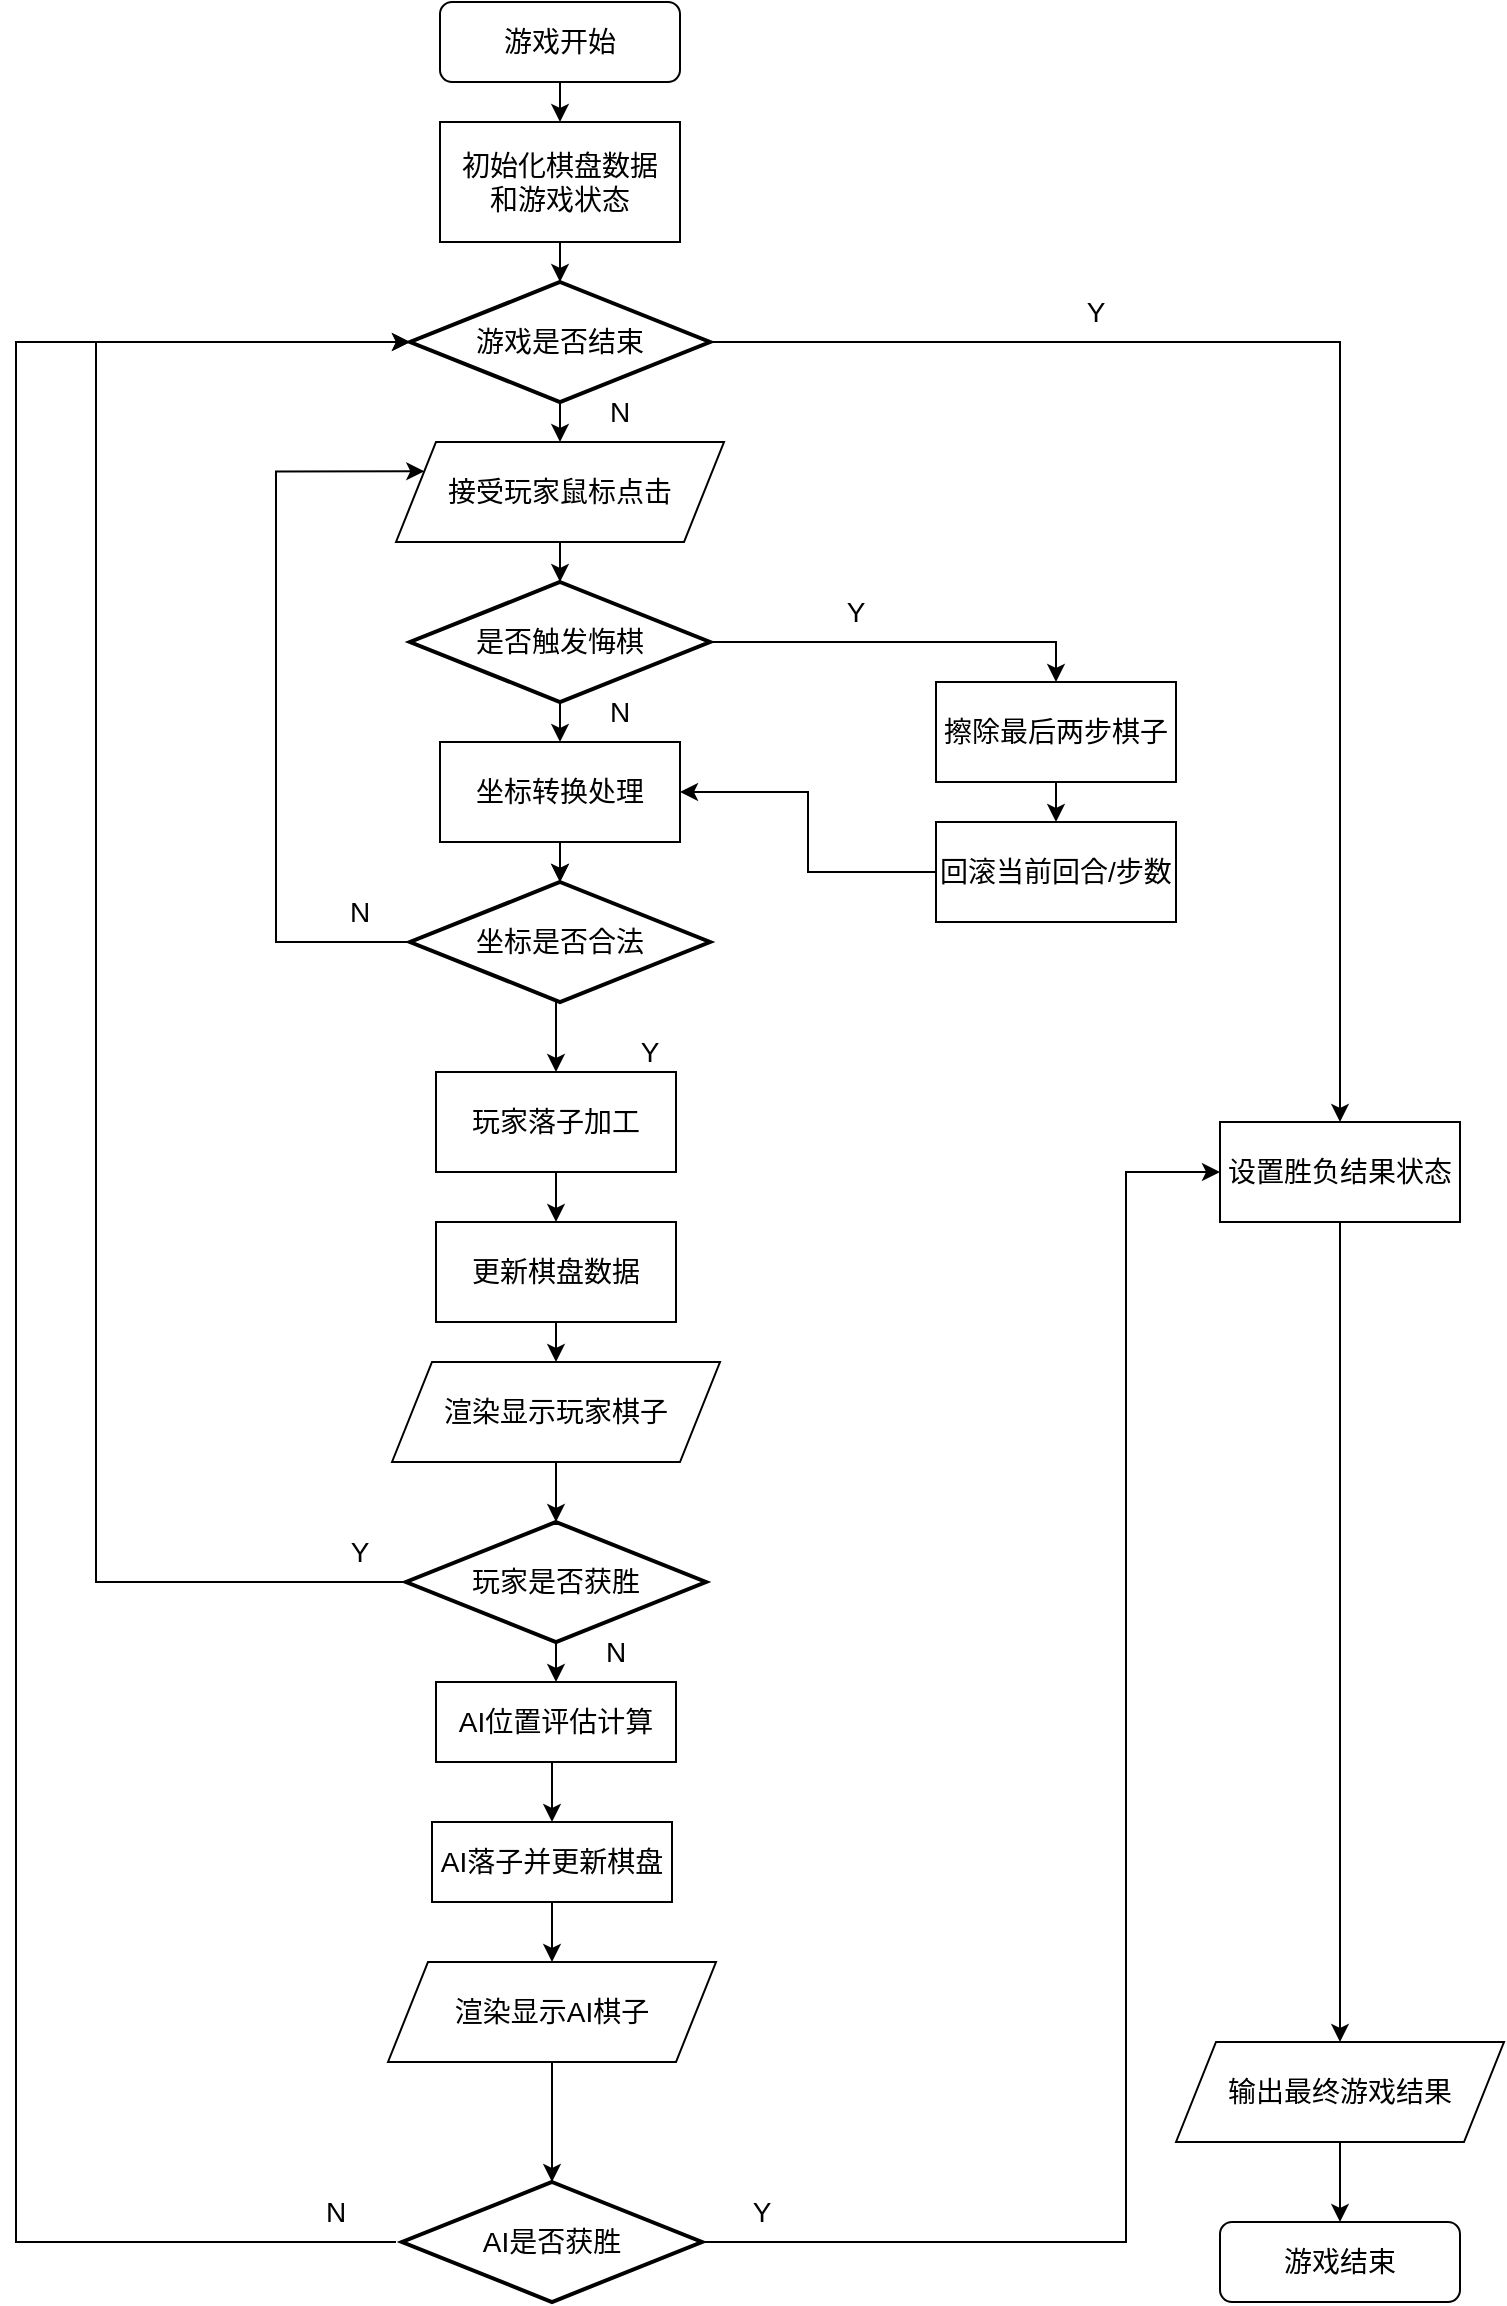
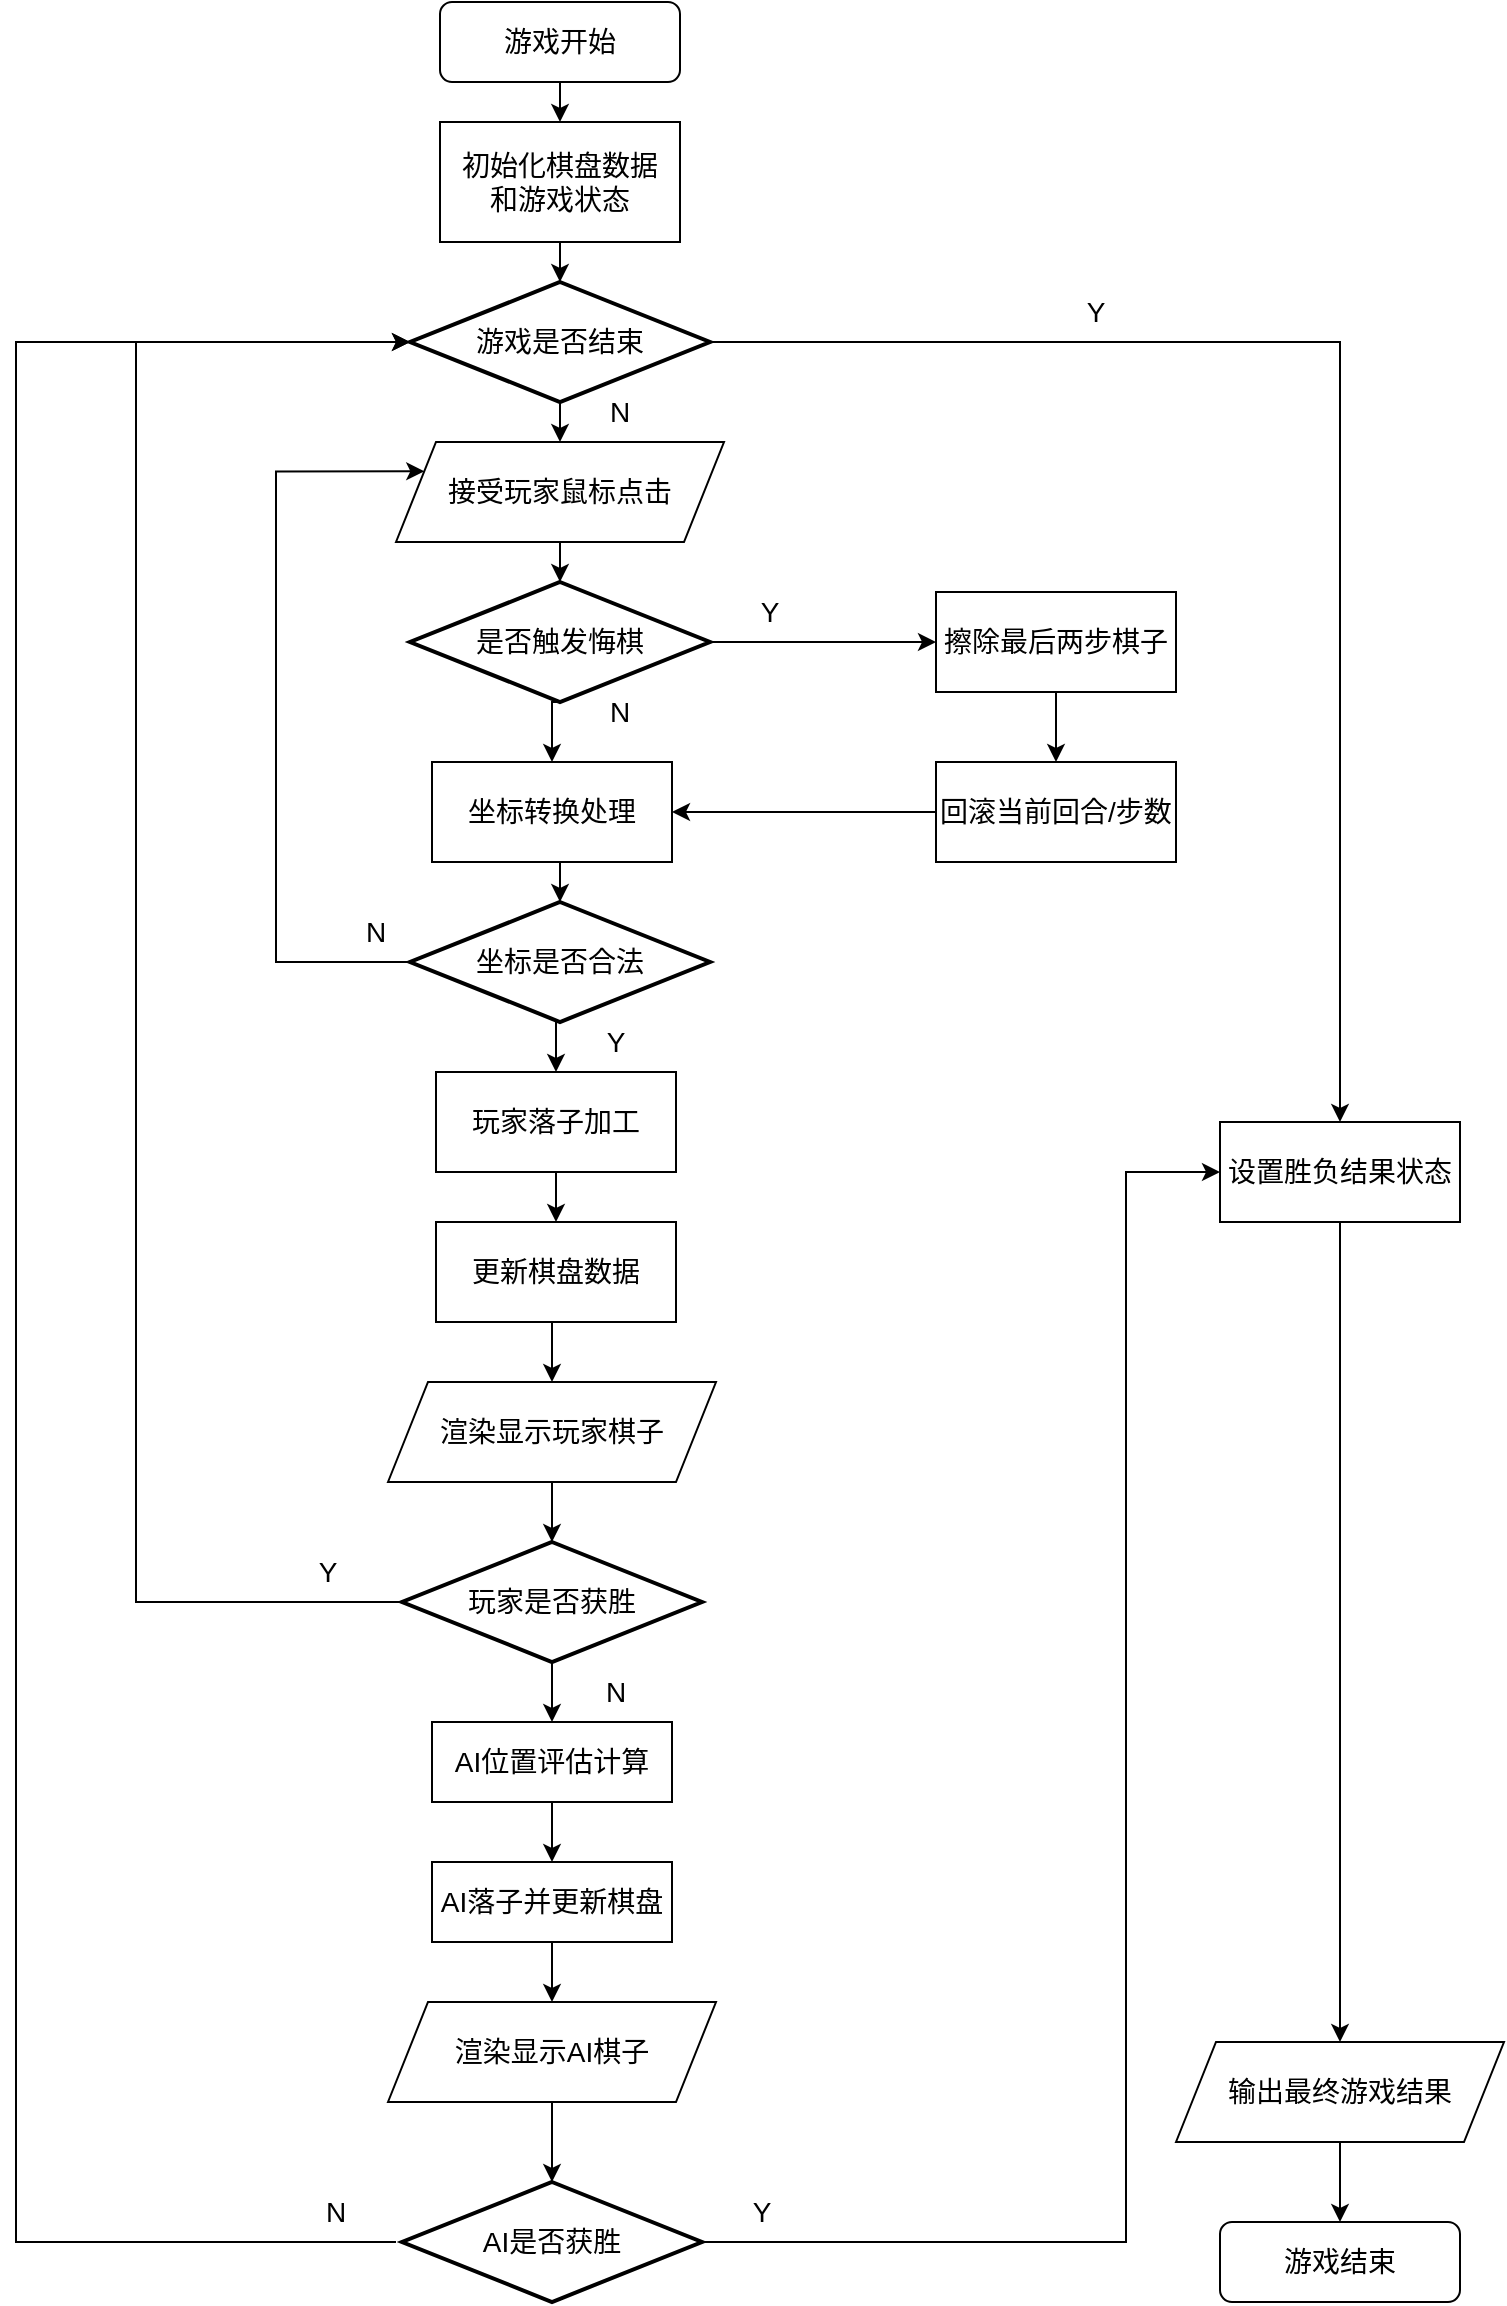
<mxfile host="app.diagrams.net">
  <diagram name="Page-1" id="Ut53iUmTTLsHKbGdxMO9">
    <mxGraphModel dx="2054" dy="1198" grid="1" gridSize="10" guides="1" tooltips="1" connect="1" arrows="1" fold="1" page="1" pageScale="1" pageWidth="827" pageHeight="1169" math="0" shadow="0">
      <root>
        <mxCell id="0" />
        <mxCell id="1" parent="0" />
        <mxCell id="LBzLqDpE-ghOYlSVNWWL-11" edge="1" parent="1" source="LBzLqDpE-ghOYlSVNWWL-4" style="edgeStyle=orthogonalEdgeStyle;rounded=0;orthogonalLoop=1;jettySize=auto;html=1;exitX=0.5;exitY=1;exitDx=0;exitDy=0;exitPerimeter=0;entryX=0.5;entryY=0;entryDx=0;entryDy=0;" target="LBzLqDpE-ghOYlSVNWWL-9">
          <mxGeometry relative="1" as="geometry" />
        </mxCell>
        <mxCell id="LBzLqDpE-ghOYlSVNWWL-51" edge="1" parent="1" source="LBzLqDpE-ghOYlSVNWWL-4" style="edgeStyle=orthogonalEdgeStyle;rounded=0;orthogonalLoop=1;jettySize=auto;html=1;exitX=1;exitY=0.5;exitDx=0;exitDy=0;exitPerimeter=0;entryX=0.5;entryY=0;entryDx=0;entryDy=0;" target="LBzLqDpE-ghOYlSVNWWL-45">
          <mxGeometry relative="1" as="geometry" />
        </mxCell>
        <mxCell id="LBzLqDpE-ghOYlSVNWWL-4" parent="1" style="strokeWidth=2;html=1;shape=mxgraph.flowchart.decision;whiteSpace=wrap;" value="&lt;font style=&quot;font-size: 14px;&quot;&gt;游戏是否结束&lt;/font&gt;" vertex="1">
          <mxGeometry height="60" width="150" x="247" y="150" as="geometry" />
        </mxCell>
        <mxCell id="LBzLqDpE-ghOYlSVNWWL-5" edge="1" parent="1" source="LBzLqDpE-ghOYlSVNWWL-6" style="edgeStyle=orthogonalEdgeStyle;rounded=0;orthogonalLoop=1;jettySize=auto;html=1;exitX=0.5;exitY=1;exitDx=0;exitDy=0;entryX=0.5;entryY=0;entryDx=0;entryDy=0;entryPerimeter=0;" target="LBzLqDpE-ghOYlSVNWWL-4">
          <mxGeometry relative="1" as="geometry">
            <mxPoint x="442" y="200" as="sourcePoint" />
          </mxGeometry>
        </mxCell>
        <mxCell id="LBzLqDpE-ghOYlSVNWWL-6" parent="1" style="rounded=0;whiteSpace=wrap;html=1;" value="&lt;font style=&quot;font-size: 14px;&quot;&gt;初始化棋盘数据&lt;/font&gt;&lt;div&gt;&lt;span style=&quot;font-size: 14px; background-color: transparent; color: light-dark(rgb(0, 0, 0), rgb(255, 255, 255));&quot;&gt;和游戏状态&lt;/span&gt;&lt;/div&gt;" vertex="1">
          <mxGeometry height="60" width="120" x="262" y="70" as="geometry" />
        </mxCell>
        <mxCell id="LBzLqDpE-ghOYlSVNWWL-8" edge="1" parent="1" source="LBzLqDpE-ghOYlSVNWWL-7" style="edgeStyle=orthogonalEdgeStyle;rounded=0;orthogonalLoop=1;jettySize=auto;html=1;exitX=0.5;exitY=1;exitDx=0;exitDy=0;entryX=0.5;entryY=0;entryDx=0;entryDy=0;" target="LBzLqDpE-ghOYlSVNWWL-6">
          <mxGeometry relative="1" as="geometry" />
        </mxCell>
        <mxCell id="LBzLqDpE-ghOYlSVNWWL-7" parent="1" style="rounded=1;whiteSpace=wrap;html=1;" value="&lt;font style=&quot;font-size: 14px;&quot;&gt;游戏开始&lt;/font&gt;" vertex="1">
          <mxGeometry height="40" width="120" x="262" y="10" as="geometry" />
        </mxCell>
        <mxCell id="LBzLqDpE-ghOYlSVNWWL-9" parent="1" style="shape=parallelogram;perimeter=parallelogramPerimeter;whiteSpace=wrap;html=1;fixedSize=1;" value="&lt;font style=&quot;font-size: 14px;&quot;&gt;接受玩家鼠标点击&lt;/font&gt;" vertex="1">
          <mxGeometry height="50" width="164" x="240" y="230" as="geometry" />
        </mxCell>
        <mxCell id="LBzLqDpE-ghOYlSVNWWL-12" parent="1" style="text;html=1;whiteSpace=wrap;strokeColor=none;fillColor=none;align=center;verticalAlign=middle;rounded=0;" value="&lt;font style=&quot;font-size: 14px;&quot;&gt;N&lt;/font&gt;" vertex="1">
          <mxGeometry height="30" width="60" x="322" y="200" as="geometry" />
        </mxCell>
        <mxCell id="LBzLqDpE-ghOYlSVNWWL-16" edge="1" parent="1" source="LBzLqDpE-ghOYlSVNWWL-13" style="edgeStyle=orthogonalEdgeStyle;rounded=0;orthogonalLoop=1;jettySize=auto;html=1;exitX=0.5;exitY=1;exitDx=0;exitDy=0;exitPerimeter=0;entryX=0.5;entryY=0;entryDx=0;entryDy=0;" target="LBzLqDpE-ghOYlSVNWWL-15">
          <mxGeometry relative="1" as="geometry" />
        </mxCell>
-         <mxCell id="LBzLqDpE-ghOYlSVNWWL-47" edge="1" parent="1" source="LBzLqDpE-ghOYlSVNWWL-13" style="edgeStyle=orthogonalEdgeStyle;rounded=0;orthogonalLoop=1;jettySize=auto;html=1;exitX=1;exitY=0.5;exitDx=0;exitDy=0;exitPerimeter=0;entryX=0.5;entryY=0;entryDx=0;entryDy=0;" target="LBzLqDpE-ghOYlSVNWWL-46">
-           <mxGeometry relative="1" as="geometry" />
-         </mxCell>
        <mxCell id="LBzLqDpE-ghOYlSVNWWL-13" parent="1" style="strokeWidth=2;html=1;shape=mxgraph.flowchart.decision;whiteSpace=wrap;" value="&lt;font style=&quot;font-size: 14px;&quot;&gt;是否触发悔棋&lt;/font&gt;" vertex="1">
          <mxGeometry height="60" width="150" x="247" y="300" as="geometry" />
        </mxCell>
        <mxCell id="LBzLqDpE-ghOYlSVNWWL-14" edge="1" parent="1" source="LBzLqDpE-ghOYlSVNWWL-9" style="edgeStyle=orthogonalEdgeStyle;rounded=0;orthogonalLoop=1;jettySize=auto;html=1;exitX=0.5;exitY=1;exitDx=0;exitDy=0;entryX=0.5;entryY=0;entryDx=0;entryDy=0;entryPerimeter=0;" target="LBzLqDpE-ghOYlSVNWWL-13">
          <mxGeometry relative="1" as="geometry" />
        </mxCell>
-         <mxCell id="LBzLqDpE-ghOYlSVNWWL-28" edge="1" parent="1" source="LBzLqDpE-ghOYlSVNWWL-15" style="edgeStyle=orthogonalEdgeStyle;rounded=0;orthogonalLoop=1;jettySize=auto;html=1;entryX=0.5;entryY=0;entryDx=0;entryDy=0;entryPerimeter=0;" value="">
-           <mxGeometry relative="1" as="geometry">
-             <mxPoint x="322" y="450" as="targetPoint" />
-           </mxGeometry>
-         </mxCell>
        <mxCell id="LBzLqDpE-ghOYlSVNWWL-15" parent="1" style="rounded=0;whiteSpace=wrap;html=1;" value="&lt;font style=&quot;font-size: 14px;&quot;&gt;坐标转换处理&lt;/font&gt;" vertex="1">
-           <mxGeometry height="50" width="120" x="262" y="380" as="geometry" />
+           <mxGeometry height="50" width="120" x="258" y="390" as="geometry" />
        </mxCell>
        <mxCell id="LBzLqDpE-ghOYlSVNWWL-17" parent="1" style="text;html=1;whiteSpace=wrap;strokeColor=none;fillColor=none;align=center;verticalAlign=middle;rounded=0;" value="&lt;font style=&quot;font-size: 14px;&quot;&gt;N&lt;/font&gt;" vertex="1">
          <mxGeometry height="30" width="60" x="322" y="350" as="geometry" />
        </mxCell>
        <mxCell id="LBzLqDpE-ghOYlSVNWWL-22" edge="1" parent="1" source="LBzLqDpE-ghOYlSVNWWL-18" style="rounded=0;orthogonalLoop=1;jettySize=auto;html=1;exitX=0.5;exitY=1;exitDx=0;exitDy=0;exitPerimeter=0;entryX=0.5;entryY=0;entryDx=0;entryDy=0;edgeStyle=orthogonalEdgeStyle;" target="LBzLqDpE-ghOYlSVNWWL-21">
          <mxGeometry relative="1" as="geometry" />
        </mxCell>
        <mxCell id="LBzLqDpE-ghOYlSVNWWL-72" edge="1" parent="1" source="LBzLqDpE-ghOYlSVNWWL-18" style="edgeStyle=orthogonalEdgeStyle;rounded=0;orthogonalLoop=1;jettySize=auto;html=1;exitX=0;exitY=0.5;exitDx=0;exitDy=0;exitPerimeter=0;entryX=0;entryY=0.25;entryDx=0;entryDy=0;" target="LBzLqDpE-ghOYlSVNWWL-9">
          <mxGeometry relative="1" as="geometry">
            <Array as="points">
-               <mxPoint x="180" y="480" />
+               <mxPoint x="180" y="490" />
              <mxPoint x="180" y="245" />
            </Array>
            <mxPoint x="200" y="535" as="targetPoint" />
          </mxGeometry>
        </mxCell>
        <mxCell id="LBzLqDpE-ghOYlSVNWWL-18" parent="1" style="strokeWidth=2;html=1;shape=mxgraph.flowchart.decision;whiteSpace=wrap;" value="&lt;font style=&quot;font-size: 14px;&quot;&gt;坐标是否合法&lt;/font&gt;" vertex="1">
-           <mxGeometry height="60" width="150" x="247" y="450" as="geometry" />
-         </mxCell>
-         <mxCell id="LBzLqDpE-ghOYlSVNWWL-20" edge="1" parent="1" source="LBzLqDpE-ghOYlSVNWWL-15" style="edgeStyle=orthogonalEdgeStyle;rounded=0;orthogonalLoop=1;jettySize=auto;html=1;exitX=0.5;exitY=1;exitDx=0;exitDy=0;entryX=0.5;entryY=0;entryDx=0;entryDy=0;entryPerimeter=0;">
-           <mxGeometry relative="1" as="geometry">
-             <mxPoint x="322" y="450" as="targetPoint" />
-           </mxGeometry>
+           <mxGeometry height="60" width="150" x="247" y="460" as="geometry" />
        </mxCell>
        <mxCell id="LBzLqDpE-ghOYlSVNWWL-25" edge="1" parent="1" source="LBzLqDpE-ghOYlSVNWWL-21" style="edgeStyle=orthogonalEdgeStyle;rounded=0;orthogonalLoop=1;jettySize=auto;html=1;exitX=0.5;exitY=1;exitDx=0;exitDy=0;entryX=0.5;entryY=0;entryDx=0;entryDy=0;" target="LBzLqDpE-ghOYlSVNWWL-24">
          <mxGeometry relative="1" as="geometry" />
        </mxCell>
        <mxCell id="LBzLqDpE-ghOYlSVNWWL-21" parent="1" style="rounded=0;whiteSpace=wrap;html=1;" value="&lt;font style=&quot;font-size: 14px;&quot;&gt;玩家落子加工&lt;/font&gt;" vertex="1">
          <mxGeometry height="50" width="120" x="260" y="545" as="geometry" />
        </mxCell>
        <mxCell id="LBzLqDpE-ghOYlSVNWWL-23" parent="1" style="text;html=1;whiteSpace=wrap;strokeColor=none;fillColor=none;align=center;verticalAlign=middle;rounded=0;" value="&lt;font style=&quot;font-size: 14px;&quot;&gt;Y&lt;/font&gt;" vertex="1">
-           <mxGeometry height="30" width="60" x="337" y="520" as="geometry" />
+           <mxGeometry height="30" width="60" x="320" y="515" as="geometry" />
        </mxCell>
        <mxCell id="LBzLqDpE-ghOYlSVNWWL-27" edge="1" parent="1" source="LBzLqDpE-ghOYlSVNWWL-24" style="edgeStyle=orthogonalEdgeStyle;rounded=0;orthogonalLoop=1;jettySize=auto;html=1;exitX=0.5;exitY=1;exitDx=0;exitDy=0;entryX=0.5;entryY=0;entryDx=0;entryDy=0;" target="LBzLqDpE-ghOYlSVNWWL-26">
          <mxGeometry relative="1" as="geometry" />
        </mxCell>
        <mxCell id="LBzLqDpE-ghOYlSVNWWL-24" parent="1" style="rounded=0;whiteSpace=wrap;html=1;" value="&lt;font style=&quot;font-size: 14px;&quot;&gt;更新棋盘数据&lt;/font&gt;" vertex="1">
          <mxGeometry height="50" width="120" x="260" y="620" as="geometry" />
        </mxCell>
        <mxCell id="LBzLqDpE-ghOYlSVNWWL-26" parent="1" style="shape=parallelogram;perimeter=parallelogramPerimeter;whiteSpace=wrap;html=1;fixedSize=1;" value="&lt;font style=&quot;font-size: 14px;&quot;&gt;渲染显示玩家棋子&lt;/font&gt;" vertex="1">
-           <mxGeometry height="50" width="164" x="238" y="690" as="geometry" />
+           <mxGeometry height="50" width="164" x="236" y="700" as="geometry" />
        </mxCell>
        <mxCell id="LBzLqDpE-ghOYlSVNWWL-33" edge="1" parent="1" source="LBzLqDpE-ghOYlSVNWWL-30" style="edgeStyle=orthogonalEdgeStyle;rounded=0;orthogonalLoop=1;jettySize=auto;html=1;exitX=0.5;exitY=1;exitDx=0;exitDy=0;exitPerimeter=0;entryX=0.5;entryY=0;entryDx=0;entryDy=0;" target="LBzLqDpE-ghOYlSVNWWL-32">
          <mxGeometry relative="1" as="geometry" />
        </mxCell>
        <mxCell id="LBzLqDpE-ghOYlSVNWWL-30" parent="1" style="strokeWidth=2;html=1;shape=mxgraph.flowchart.decision;whiteSpace=wrap;" value="&lt;font style=&quot;font-size: 14px;&quot;&gt;玩家是否获胜&lt;/font&gt;" vertex="1">
-           <mxGeometry height="60" width="150" x="245" y="770" as="geometry" />
+           <mxGeometry height="60" width="150" x="243" y="780" as="geometry" />
        </mxCell>
        <mxCell id="LBzLqDpE-ghOYlSVNWWL-31" edge="1" parent="1" source="LBzLqDpE-ghOYlSVNWWL-26" style="edgeStyle=orthogonalEdgeStyle;rounded=0;orthogonalLoop=1;jettySize=auto;html=1;exitX=0.5;exitY=1;exitDx=0;exitDy=0;entryX=0.5;entryY=0;entryDx=0;entryDy=0;entryPerimeter=0;" target="LBzLqDpE-ghOYlSVNWWL-30">
          <mxGeometry relative="1" as="geometry" />
        </mxCell>
        <mxCell id="LBzLqDpE-ghOYlSVNWWL-37" edge="1" parent="1" source="LBzLqDpE-ghOYlSVNWWL-32" style="edgeStyle=orthogonalEdgeStyle;rounded=0;orthogonalLoop=1;jettySize=auto;html=1;exitX=0.5;exitY=1;exitDx=0;exitDy=0;entryX=0.5;entryY=0;entryDx=0;entryDy=0;" target="LBzLqDpE-ghOYlSVNWWL-35">
          <mxGeometry relative="1" as="geometry" />
        </mxCell>
        <mxCell id="LBzLqDpE-ghOYlSVNWWL-32" parent="1" style="rounded=0;whiteSpace=wrap;html=1;" value="&lt;font style=&quot;font-size: 14px;&quot;&gt;AI位置评估计算&lt;/font&gt;" vertex="1">
-           <mxGeometry height="40" width="120" x="260" y="850" as="geometry" />
+           <mxGeometry height="40" width="120" x="258" y="870" as="geometry" />
        </mxCell>
        <mxCell id="LBzLqDpE-ghOYlSVNWWL-34" parent="1" style="text;html=1;whiteSpace=wrap;strokeColor=none;fillColor=none;align=center;verticalAlign=middle;rounded=0;" value="&lt;font style=&quot;font-size: 14px;&quot;&gt;N&lt;/font&gt;" vertex="1">
-           <mxGeometry height="30" width="60" x="320" y="820" as="geometry" />
+           <mxGeometry height="30" width="60" x="320" y="840" as="geometry" />
        </mxCell>
        <mxCell id="LBzLqDpE-ghOYlSVNWWL-39" edge="1" parent="1" source="LBzLqDpE-ghOYlSVNWWL-35" style="edgeStyle=orthogonalEdgeStyle;rounded=0;orthogonalLoop=1;jettySize=auto;html=1;exitX=0.5;exitY=1;exitDx=0;exitDy=0;entryX=0.5;entryY=0;entryDx=0;entryDy=0;" target="LBzLqDpE-ghOYlSVNWWL-38">
          <mxGeometry relative="1" as="geometry" />
        </mxCell>
        <mxCell id="LBzLqDpE-ghOYlSVNWWL-35" parent="1" style="rounded=0;whiteSpace=wrap;html=1;" value="&lt;font style=&quot;font-size: 14px;&quot;&gt;AI落子并更新棋盘&lt;/font&gt;" vertex="1">
-           <mxGeometry height="40" width="120" x="258" y="920" as="geometry" />
+           <mxGeometry height="40" width="120" x="258" y="940" as="geometry" />
        </mxCell>
        <mxCell id="LBzLqDpE-ghOYlSVNWWL-38" parent="1" style="shape=parallelogram;perimeter=parallelogramPerimeter;whiteSpace=wrap;html=1;fixedSize=1;" value="&lt;font style=&quot;font-size: 14px;&quot;&gt;渲染显示AI棋子&lt;/font&gt;" vertex="1">
-           <mxGeometry height="50" width="164" x="236" y="990" as="geometry" />
+           <mxGeometry height="50" width="164" x="236" y="1010" as="geometry" />
        </mxCell>
        <mxCell id="LBzLqDpE-ghOYlSVNWWL-68" edge="1" parent="1" source="LBzLqDpE-ghOYlSVNWWL-40" style="edgeStyle=orthogonalEdgeStyle;rounded=0;orthogonalLoop=1;jettySize=auto;html=1;exitX=1;exitY=0.5;exitDx=0;exitDy=0;exitPerimeter=0;entryX=0;entryY=0.5;entryDx=0;entryDy=0;" target="LBzLqDpE-ghOYlSVNWWL-45">
          <mxGeometry relative="1" as="geometry">
            <Array as="points">
              <mxPoint x="605" y="1130" />
              <mxPoint x="605" y="595" />
            </Array>
            <mxPoint x="250" y="1100" as="sourcePoint" />
            <mxPoint x="605" y="585" as="targetPoint" />
          </mxGeometry>
        </mxCell>
        <mxCell id="LBzLqDpE-ghOYlSVNWWL-40" parent="1" style="strokeWidth=2;html=1;shape=mxgraph.flowchart.decision;whiteSpace=wrap;" value="&lt;font style=&quot;font-size: 14px;&quot;&gt;AI是否获胜&lt;/font&gt;" vertex="1">
          <mxGeometry height="60" width="150" x="243" y="1100" as="geometry" />
        </mxCell>
        <mxCell id="LBzLqDpE-ghOYlSVNWWL-41" edge="1" parent="1" source="LBzLqDpE-ghOYlSVNWWL-38" style="edgeStyle=orthogonalEdgeStyle;rounded=0;orthogonalLoop=1;jettySize=auto;html=1;exitX=0.5;exitY=1;exitDx=0;exitDy=0;entryX=0.5;entryY=0;entryDx=0;entryDy=0;entryPerimeter=0;" target="LBzLqDpE-ghOYlSVNWWL-40">
          <mxGeometry relative="1" as="geometry" />
        </mxCell>
        <mxCell id="LBzLqDpE-ghOYlSVNWWL-55" edge="1" parent="1" source="LBzLqDpE-ghOYlSVNWWL-42" style="edgeStyle=orthogonalEdgeStyle;rounded=0;orthogonalLoop=1;jettySize=auto;html=1;exitX=0.5;exitY=1;exitDx=0;exitDy=0;entryX=0.5;entryY=0;entryDx=0;entryDy=0;" target="LBzLqDpE-ghOYlSVNWWL-43">
          <mxGeometry relative="1" as="geometry" />
        </mxCell>
        <mxCell id="LBzLqDpE-ghOYlSVNWWL-42" parent="1" style="shape=parallelogram;perimeter=parallelogramPerimeter;whiteSpace=wrap;html=1;fixedSize=1;" value="&lt;font style=&quot;font-size: 14px;&quot;&gt;输出最终游戏结果&lt;/font&gt;" vertex="1">
          <mxGeometry height="50" width="164" x="630" y="1030" as="geometry" />
        </mxCell>
        <mxCell id="LBzLqDpE-ghOYlSVNWWL-43" parent="1" style="rounded=1;whiteSpace=wrap;html=1;" value="&lt;font style=&quot;font-size: 14px;&quot;&gt;游戏结束&lt;/font&gt;" vertex="1">
          <mxGeometry height="40" width="120" x="652" y="1120" as="geometry" />
        </mxCell>
        <mxCell id="LBzLqDpE-ghOYlSVNWWL-54" edge="1" parent="1" source="LBzLqDpE-ghOYlSVNWWL-45" style="edgeStyle=orthogonalEdgeStyle;rounded=0;orthogonalLoop=1;jettySize=auto;html=1;exitX=0.5;exitY=1;exitDx=0;exitDy=0;entryX=0.5;entryY=0;entryDx=0;entryDy=0;" target="LBzLqDpE-ghOYlSVNWWL-42">
          <mxGeometry relative="1" as="geometry" />
        </mxCell>
        <mxCell id="LBzLqDpE-ghOYlSVNWWL-45" parent="1" style="rounded=0;whiteSpace=wrap;html=1;" value="&lt;font style=&quot;font-size: 14px;&quot;&gt;设置胜负结果状态&lt;/font&gt;" vertex="1">
          <mxGeometry height="50" width="120" x="652" y="570" as="geometry" />
        </mxCell>
        <mxCell id="LBzLqDpE-ghOYlSVNWWL-53" edge="1" parent="1" source="LBzLqDpE-ghOYlSVNWWL-46" style="edgeStyle=orthogonalEdgeStyle;rounded=0;orthogonalLoop=1;jettySize=auto;html=1;exitX=0.5;exitY=1;exitDx=0;exitDy=0;entryX=0.5;entryY=0;entryDx=0;entryDy=0;" target="LBzLqDpE-ghOYlSVNWWL-50">
          <mxGeometry relative="1" as="geometry" />
        </mxCell>
        <mxCell id="LBzLqDpE-ghOYlSVNWWL-46" parent="1" style="rounded=0;whiteSpace=wrap;html=1;" value="&lt;font style=&quot;font-size: 14px;&quot;&gt;擦除最后两步棋子&lt;/font&gt;" vertex="1">
-           <mxGeometry height="50" width="120" x="510" y="350" as="geometry" />
+           <mxGeometry height="50" width="120" x="510" y="305" as="geometry" />
        </mxCell>
        <mxCell id="LBzLqDpE-ghOYlSVNWWL-48" parent="1" style="text;html=1;whiteSpace=wrap;strokeColor=none;fillColor=none;align=center;verticalAlign=middle;rounded=0;" value="&lt;font style=&quot;font-size: 14px;&quot;&gt;Y&lt;/font&gt;" vertex="1">
-           <mxGeometry height="30" width="60" x="440" y="300" as="geometry" />
+           <mxGeometry height="30" width="60" x="397" y="300" as="geometry" />
        </mxCell>
        <mxCell id="LBzLqDpE-ghOYlSVNWWL-64" edge="1" parent="1" source="LBzLqDpE-ghOYlSVNWWL-50" style="edgeStyle=orthogonalEdgeStyle;rounded=0;orthogonalLoop=1;jettySize=auto;html=1;exitX=0;exitY=0.5;exitDx=0;exitDy=0;entryX=1;entryY=0.5;entryDx=0;entryDy=0;" target="LBzLqDpE-ghOYlSVNWWL-15">
          <mxGeometry relative="1" as="geometry" />
        </mxCell>
        <mxCell id="LBzLqDpE-ghOYlSVNWWL-50" parent="1" style="rounded=0;whiteSpace=wrap;html=1;" value="&lt;font style=&quot;font-size: 14px;&quot;&gt;回滚当前回合/步数&lt;/font&gt;" vertex="1">
-           <mxGeometry height="50" width="120" x="510" y="420" as="geometry" />
+           <mxGeometry height="50" width="120" x="510" y="390" as="geometry" />
        </mxCell>
        <mxCell id="LBzLqDpE-ghOYlSVNWWL-52" parent="1" style="text;html=1;whiteSpace=wrap;strokeColor=none;fillColor=none;align=center;verticalAlign=middle;rounded=0;" value="&lt;font style=&quot;font-size: 14px;&quot;&gt;Y&lt;/font&gt;" vertex="1">
          <mxGeometry height="30" width="60" x="560" y="150" as="geometry" />
        </mxCell>
        <mxCell id="LBzLqDpE-ghOYlSVNWWL-57" edge="1" parent="1" source="LBzLqDpE-ghOYlSVNWWL-58" style="edgeStyle=orthogonalEdgeStyle;rounded=0;orthogonalLoop=1;jettySize=auto;html=1;entryX=0;entryY=0.5;entryDx=0;entryDy=0;entryPerimeter=0;exitX=1;exitY=1;exitDx=0;exitDy=0;" target="LBzLqDpE-ghOYlSVNWWL-4">
          <mxGeometry relative="1" as="geometry">
            <Array as="points">
              <mxPoint x="50" y="1130" />
              <mxPoint x="50" y="180" />
            </Array>
            <mxPoint x="150" y="1060" as="sourcePoint" />
            <mxPoint x="127" y="190" as="targetPoint" />
          </mxGeometry>
        </mxCell>
        <mxCell id="LBzLqDpE-ghOYlSVNWWL-60" parent="1" style="text;html=1;whiteSpace=wrap;strokeColor=none;fillColor=none;align=center;verticalAlign=middle;rounded=0;" value="&lt;font style=&quot;font-size: 14px;&quot;&gt;Y&lt;/font&gt;" vertex="1">
          <mxGeometry height="30" width="60" x="393" y="1100" as="geometry" />
        </mxCell>
        <mxCell id="LBzLqDpE-ghOYlSVNWWL-62" edge="1" parent="1" source="LBzLqDpE-ghOYlSVNWWL-30" style="edgeStyle=orthogonalEdgeStyle;rounded=0;orthogonalLoop=1;jettySize=auto;html=1;exitX=0;exitY=0.5;exitDx=0;exitDy=0;exitPerimeter=0;entryX=0;entryY=0.5;entryDx=0;entryDy=0;entryPerimeter=0;" target="LBzLqDpE-ghOYlSVNWWL-4">
          <mxGeometry relative="1" as="geometry">
            <Array as="points">
-               <mxPoint x="90" y="800" />
-               <mxPoint x="90" y="180" />
+               <mxPoint x="110" y="810" />
+               <mxPoint x="110" y="180" />
            </Array>
          </mxGeometry>
        </mxCell>
        <mxCell id="LBzLqDpE-ghOYlSVNWWL-63" parent="1" style="text;html=1;whiteSpace=wrap;strokeColor=none;fillColor=none;align=center;verticalAlign=middle;rounded=0;" value="&lt;font style=&quot;font-size: 14px;&quot;&gt;Y&lt;/font&gt;" vertex="1">
-           <mxGeometry height="30" width="60" x="192" y="770" as="geometry" />
+           <mxGeometry height="30" width="60" x="176" y="780" as="geometry" />
        </mxCell>
        <mxCell id="LBzLqDpE-ghOYlSVNWWL-73" parent="1" style="text;html=1;whiteSpace=wrap;strokeColor=none;fillColor=none;align=center;verticalAlign=middle;rounded=0;" value="&lt;font style=&quot;font-size: 14px;&quot;&gt;N&lt;/font&gt;" vertex="1">
-           <mxGeometry height="30" width="60" x="192" y="450" as="geometry" />
+           <mxGeometry height="30" width="60" x="200" y="460" as="geometry" />
        </mxCell>
        <mxCell id="LBzLqDpE-ghOYlSVNWWL-58" parent="1" style="text;html=1;whiteSpace=wrap;strokeColor=none;fillColor=none;align=center;verticalAlign=middle;rounded=0;" value="&lt;font style=&quot;font-size: 14px;&quot;&gt;N&lt;/font&gt;" vertex="1">
          <mxGeometry height="30" width="60" x="180" y="1100" as="geometry" />
+         </mxCell>
+         <mxCell id="LBzLqDpE-ghOYlSVNWWL-75" edge="1" parent="1" source="LBzLqDpE-ghOYlSVNWWL-15" style="edgeStyle=orthogonalEdgeStyle;rounded=0;orthogonalLoop=1;jettySize=auto;html=1;exitX=0.5;exitY=1;exitDx=0;exitDy=0;entryX=0.5;entryY=0;entryDx=0;entryDy=0;entryPerimeter=0;" target="LBzLqDpE-ghOYlSVNWWL-18">
+           <mxGeometry relative="1" as="geometry" />
+         </mxCell>
+         <mxCell id="LBzLqDpE-ghOYlSVNWWL-77" edge="1" parent="1" source="LBzLqDpE-ghOYlSVNWWL-13" style="edgeStyle=orthogonalEdgeStyle;rounded=0;orthogonalLoop=1;jettySize=auto;html=1;exitX=1;exitY=0.5;exitDx=0;exitDy=0;exitPerimeter=0;entryX=0;entryY=0.5;entryDx=0;entryDy=0;" target="LBzLqDpE-ghOYlSVNWWL-46">
+           <mxGeometry relative="1" as="geometry" />
        </mxCell>
      </root>
    </mxGraphModel>
  </diagram>
</mxfile>
